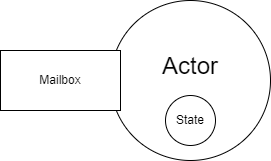
seungyongshim/ddd-Show-20220919 keeps this draw.io diagram as img/actor.drawio.png. Above is the earlier version. Source tidied: cells renumbered, new cells last; positions are measured from the earlier drawing's top-left corner, leaving out a move shared by most shapes. Its diagram source:
```xml
<mxGraphModel>
  <root>
    <mxCell id="0" />
    <mxCell id="1" parent="0" />
    <mxCell id="2" value="Actor&lt;br&gt;&lt;br&gt;" style="ellipse;whiteSpace=wrap;html=1;fontSize=24;" parent="1" vertex="1">
      <mxGeometry x="110" width="160" height="160" as="geometry" />
    </mxCell>
    <mxCell id="3" value="Mailbox" style="rounded=0;whiteSpace=wrap;html=1;" parent="1" vertex="1">
      <mxGeometry y="50" width="120" height="60" as="geometry" />
    </mxCell>
    <mxCell id="4" value="State" style="ellipse;whiteSpace=wrap;html=1;fontSize=12;" parent="1" vertex="1">
      <mxGeometry x="165" y="95" width="50" height="50" as="geometry" />
    </mxCell>
  </root>
</mxGraphModel>
```
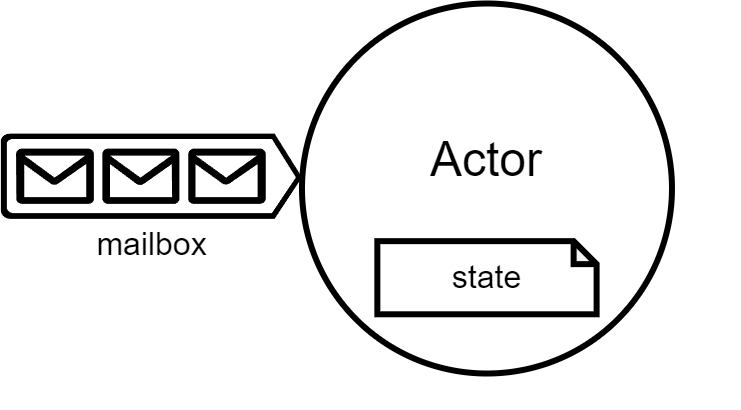
Above is the later version.

Diff of the diagram source:
```diff
@@ -2,14 +2,17 @@
   <root>
     <mxCell id="0" />
     <mxCell id="1" parent="0" />
+    <mxCell id="5" style="group;fontSize=32;" parent="1" vertex="1">
+      <mxGeometry x="-230" y="-40" width="740" height="405.8" as="geometry" />
+    </mxCell>
-    <mxCell id="2" value="Actor&lt;br&gt;&lt;br&gt;" style="ellipse;whiteSpace=wrap;html=1;fontSize=24;" parent="1" vertex="1">
-      <mxGeometry x="110" width="160" height="160" as="geometry" />
+    <mxCell id="2" value="Actor&lt;br&gt;&lt;br style=&quot;font-size: 48px&quot;&gt;" style="ellipse;whiteSpace=wrap;html=1;fontSize=48;strokeWidth=6;" parent="5" vertex="1">
+      <mxGeometry x="301.5" width="370" height="370" as="geometry" />
     </mxCell>
-    <mxCell id="3" value="Mailbox" style="rounded=0;whiteSpace=wrap;html=1;" parent="1" vertex="1">
-      <mxGeometry y="50" width="120" height="60" as="geometry" />
-    </mxCell>
-    <mxCell id="4" value="State" style="ellipse;whiteSpace=wrap;html=1;fontSize=12;" parent="1" vertex="1">
-      <mxGeometry x="165" y="95" width="50" height="50" as="geometry" />
-    </mxCell>
+    <mxCell id="6" value="state" style="shape=note;whiteSpace=wrap;html=1;backgroundOutline=1;darkOpacity=0.05;size=23;fontSize=32;strokeWidth=6;" parent="5" vertex="1">
+      <mxGeometry x="376.9" y="237.7" width="219.3" height="73.1" as="geometry" />
+    </mxCell>
+    <mxCell id="7" value="mailbox" style="verticalLabelPosition=bottom;html=1;verticalAlign=top;align=center;shape=mxgraph.azure.queue_generic;fontSize=32;strokeWidth=0;perimeterSpacing=0;shadow=0;fillColor=#000000;strokeColor=none;" parent="5" vertex="1">
+      <mxGeometry y="130" width="301.5" height="85.3" as="geometry" />
+    </mxCell>
   </root>
 </mxGraphModel>
```
